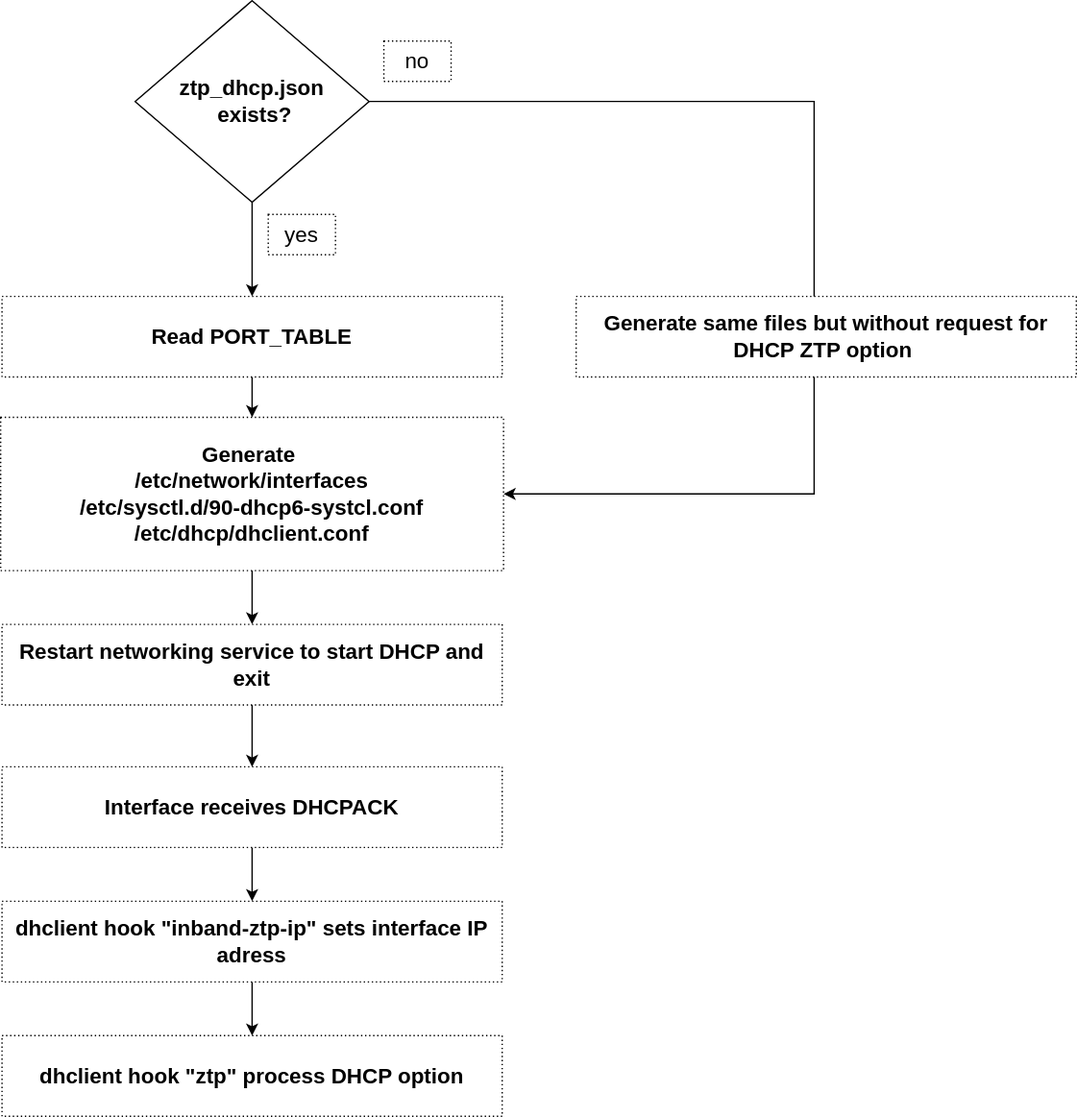
This is doc/ztp/images/interfaces-config.svg from liorghub/SONiC, a draw.io export, as it was before one commit. Source tidied: cells renumbered, new cells last; positions are measured from the earlier drawing's top-left corner, leaving out a move shared by most shapes.
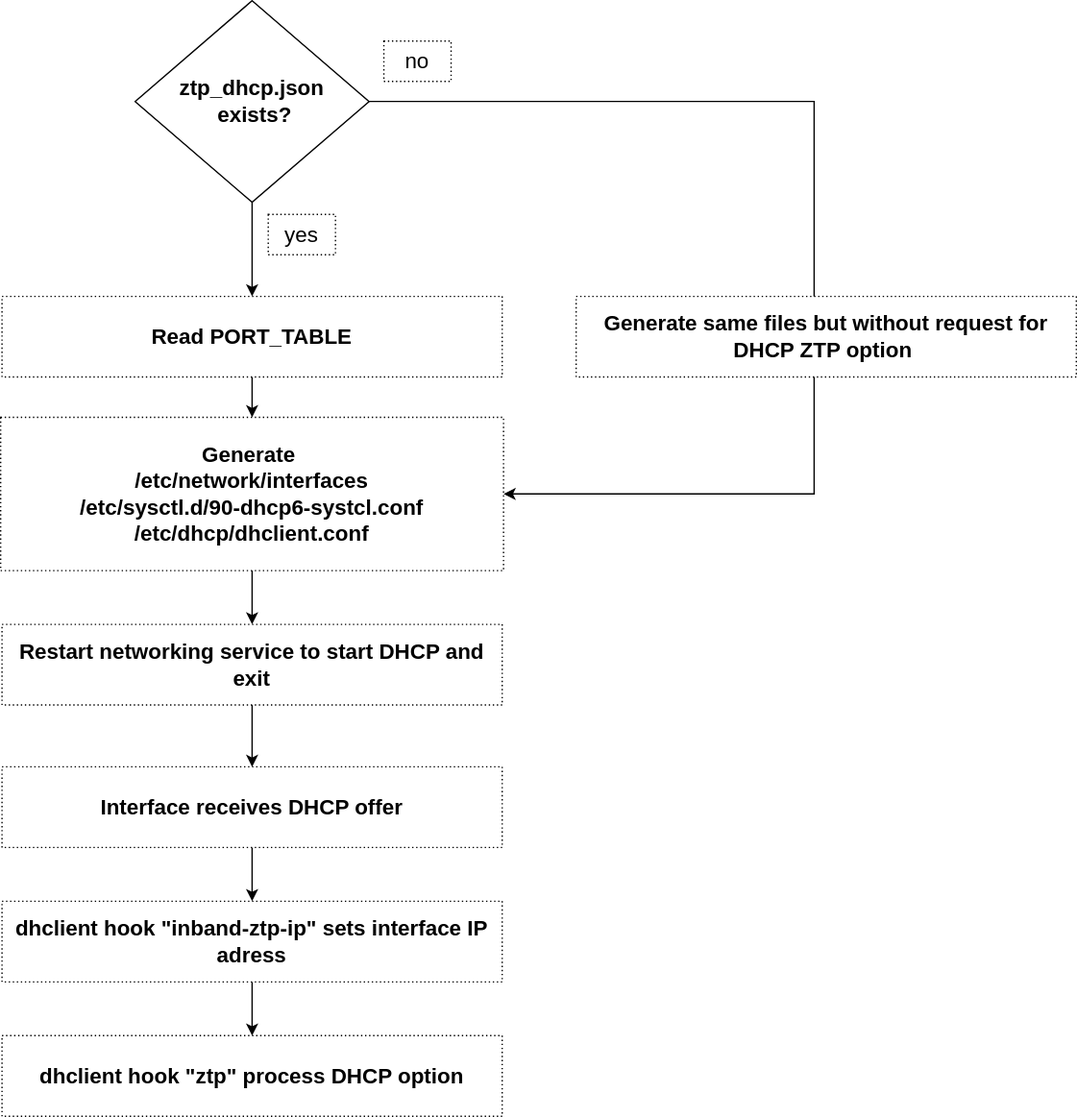
After the commit.

Commit message:
Update 4 in-band ZTP HLD

Change to the diagram source:
```diff
@@ -42,7 +42,7 @@
         <mxPoint x="187" y="670" as="targetPoint" />
       </mxGeometry>
     </mxCell>
-    <mxCell id="13" value="&lt;span&gt;Interface receives&amp;nbsp;DHCPACK&lt;/span&gt;" style="rounded=0;whiteSpace=wrap;html=1;dashed=1;dashPattern=1 2;fontSize=16;fontStyle=1;" parent="1" vertex="1">
+    <mxCell id="13" value="&lt;span&gt;Interface receives&amp;nbsp;DHCP offer&lt;/span&gt;" style="rounded=0;whiteSpace=wrap;html=1;dashed=1;dashPattern=1 2;fontSize=16;fontStyle=1;" parent="1" vertex="1">
       <mxGeometry x="1" y="570" width="372" height="60" as="geometry" />
     </mxCell>
     <mxCell id="14" style="edgeStyle=orthogonalEdgeStyle;rounded=0;jettySize=auto;html=1;entryX=0.5;entryY=0;entryDx=0;entryDy=0;" parent="1" edge="1" target="15">
```
